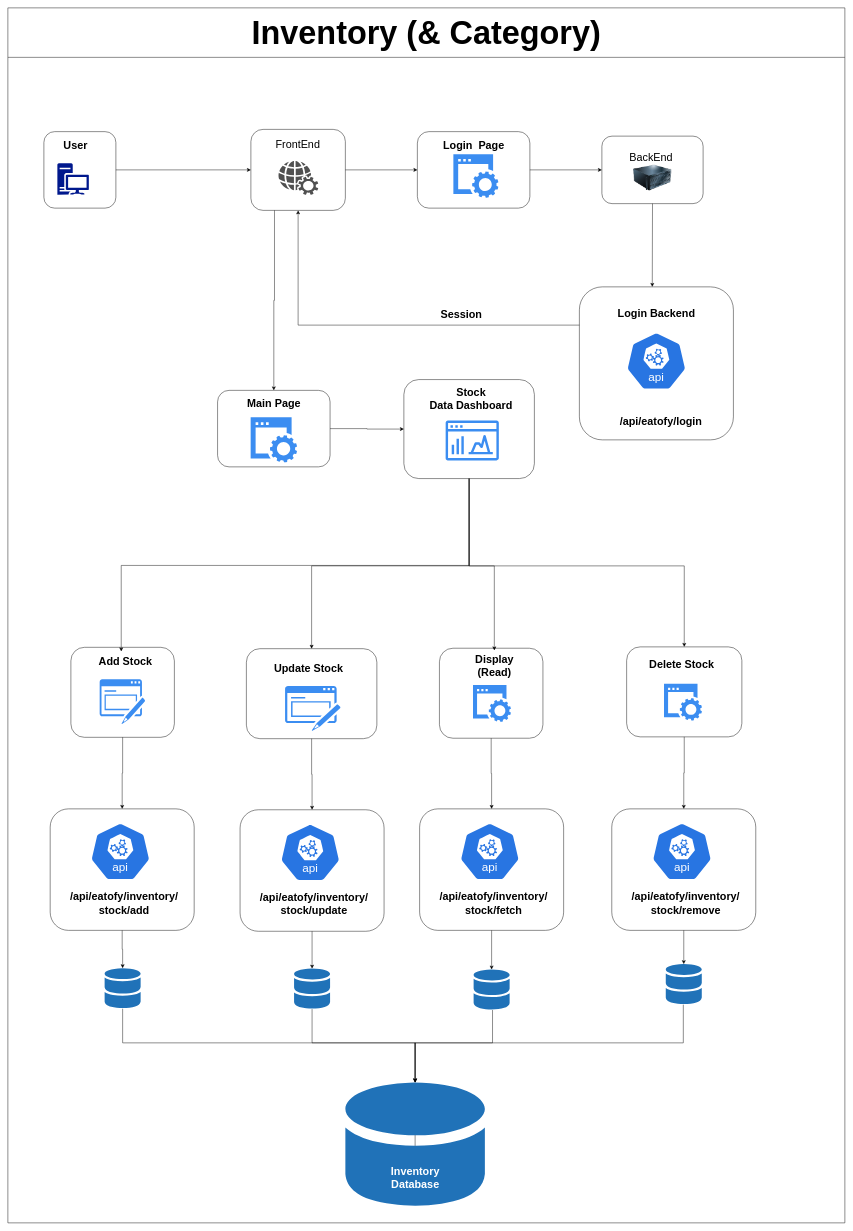
This is page "Inventory" (7 of 9) of eatofy.drawio from appnichetechnologies/Eatofy-System-Design, a draw.io file, before an edit. Source tidied: cells renumbered, new cells numbered last; positions are measured from the earlier drawing's top-left corner, leaving out a move shared by most shapes. Both pictures are drawn from the tidied source at 45%, with x=0, y=0 at pixel (8, 8).
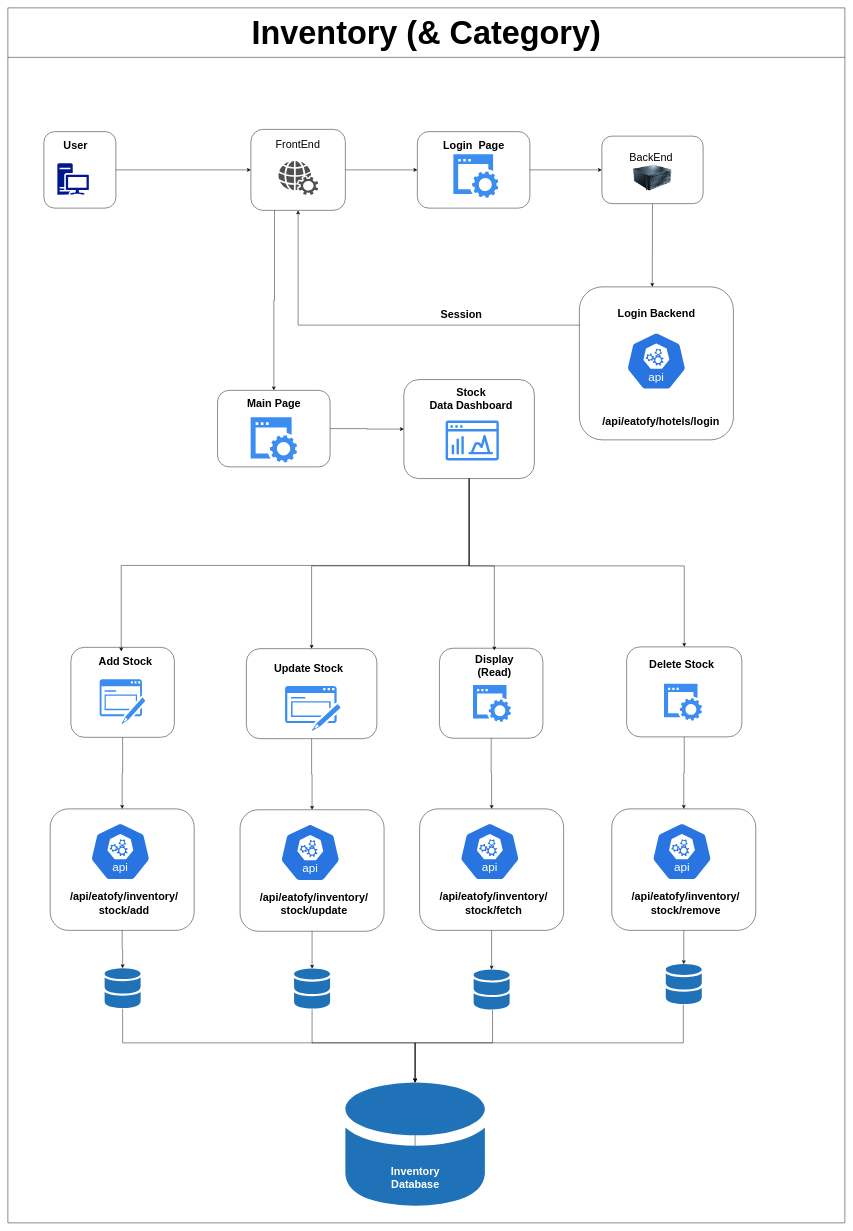
Above is the later version.

Commit message:
Order Management

Unchanged cells that the change refers to:
```xml
<mxCell id="16" style="group;" parent="1" vertex="1">
  <mxGeometry x="1270" y="620" width="342.3" height="340" as="geometry" />
</mxCell>
```

What changed in the source:
```diff
@@
-    <mxCell id="20" value="&lt;font style=&quot;font-size: 24px;&quot;&gt;&lt;b&gt;&lt;font&gt;/api/eatofy/login&lt;br&gt;&lt;/font&gt;&lt;/b&gt;&lt;/font&gt;" style="text;html=1;align=center;verticalAlign=middle;strokeColor=none;fillColor=none;" parent="16" vertex="1">
-      <mxGeometry x="71.1" y="280" width="220" height="40" as="geometry" />
+    <mxCell id="20" value="&lt;font style=&quot;font-size: 24px;&quot;&gt;&lt;b&gt;&lt;font&gt;/api/eatofy/hotels/login&lt;br&gt;&lt;/font&gt;&lt;/b&gt;&lt;/font&gt;" style="text;html=1;align=center;verticalAlign=middle;strokeColor=none;fillColor=none;" parent="16" vertex="1">
+      <mxGeometry x="31.1" y="280" width="300" height="40" as="geometry" />
     </mxCell>
```
